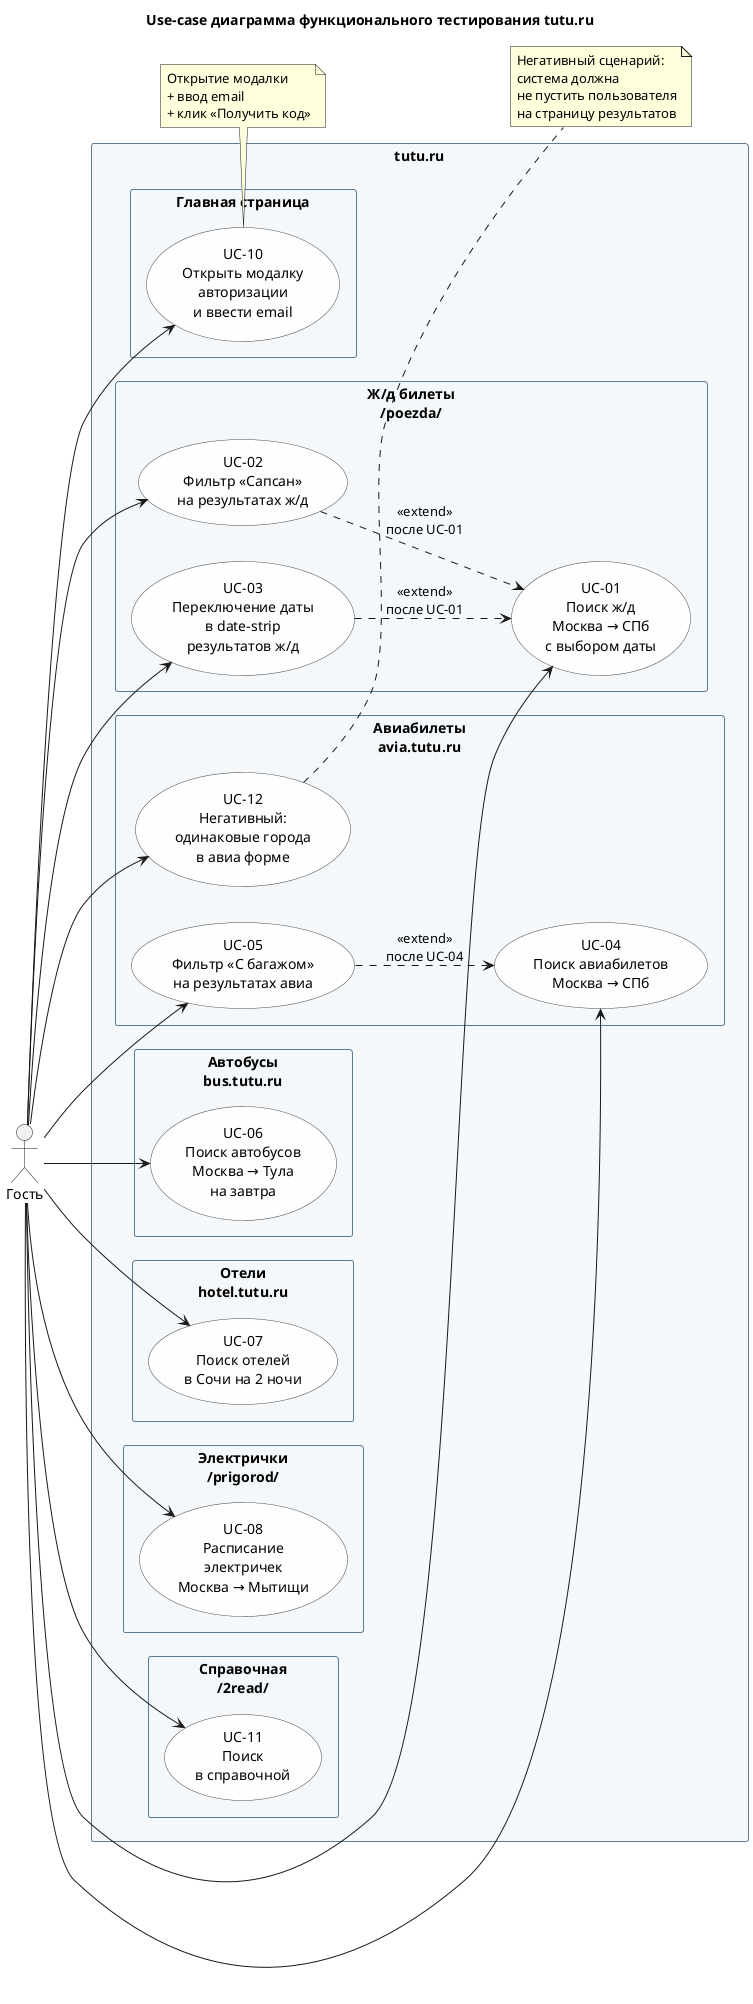
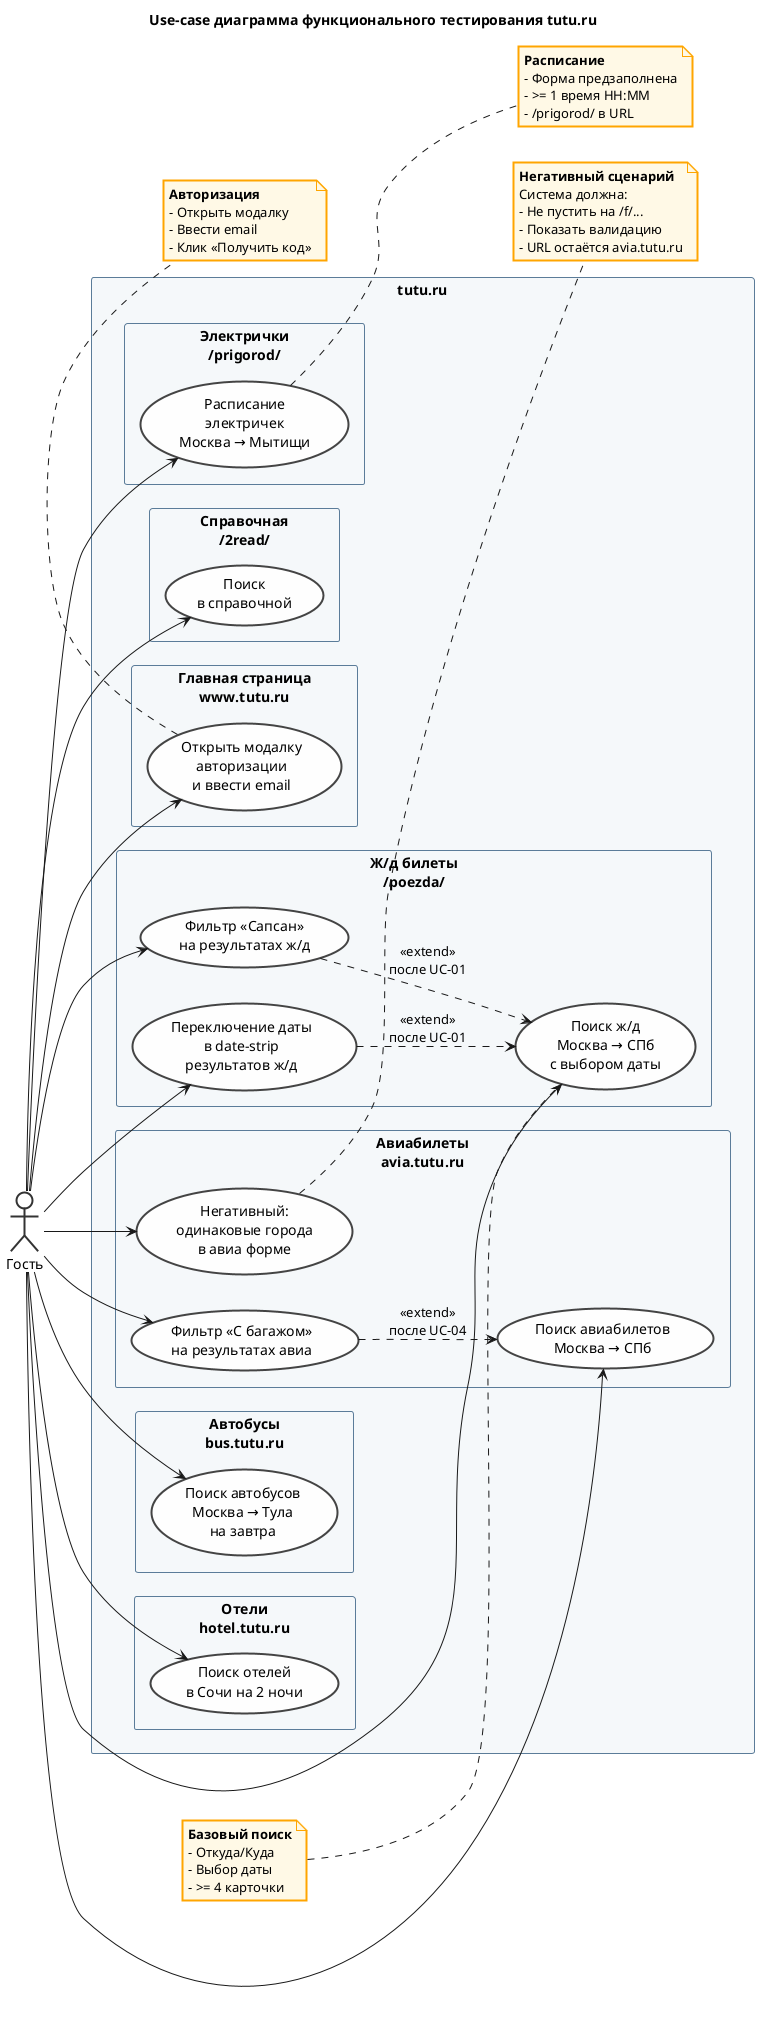
- @startuml tutu_use_cases
+ @startuml
left to right direction
skinparam packageStyle rectangle
skinparam shadowing false
skinparam usecase {
  BackgroundColor #FEFEFE
  BorderColor #444444
+   BorderThickness 2
}
skinparam package {
  BackgroundColor #F5F8FA
  BorderColor #5B7C99
+   BorderThickness 2
+ }
+ skinparam actor {
+   BackgroundColor #FFFFFF
+   BorderColor #333333
+   BorderThickness 2
+ }
+ skinparam note {
+   BackgroundColor #FFF9E6
+   BorderColor #FFA500
+   BorderThickness 2
}

title Use-case диаграмма функционального тестирования tutu.ru

actor "Гость" as Guest

rectangle "tutu.ru" {

-   package "Главная страница" {
-     usecase "UC-10\nОткрыть модалку\nавторизации\nи ввести email" as UC10
+   package "Главная страница\nwww.tutu.ru" {
+     usecase "Открыть модалку\nавторизации\nи ввести email" as UC10
  }

  package "Ж/д билеты\n/poezda/" {
-     usecase "UC-01\nПоиск ж/д\nМосква → СПб\nс выбором даты" as UC01
-     usecase "UC-02\nФильтр «Сапсан»\nна результатах ж/д" as UC02
-     usecase "UC-03\nПереключение даты\nв date-strip\nрезультатов ж/д" as UC03
+     usecase "Поиск ж/д\nМосква → СПб\nс выбором даты" as UC01
+     usecase "Фильтр «Сапсан»\nна результатах ж/д" as UC02
+     usecase "Переключение даты\nв date-strip\nрезультатов ж/д" as UC03
  }

  package "Авиабилеты\navia.tutu.ru" {
-     usecase "UC-04\nПоиск авиабилетов\nМосква → СПб" as UC04
-     usecase "UC-05\nФильтр «С багажом»\nна результатах авиа" as UC05
-     usecase "UC-12\nНегативный:\nодинаковые города\nв авиа форме" as UC12
+     usecase "Поиск авиабилетов\nМосква → СПб" as UC04
+     usecase "Фильтр «С багажом»\nна результатах авиа" as UC05
+     usecase "Негативный:\nодинаковые города\nв авиа форме" as UC12
  }

  package "Автобусы\nbus.tutu.ru" {
-     usecase "UC-06\nПоиск автобусов\nМосква → Тула\nна завтра" as UC06
+     usecase "Поиск автобусов\nМосква → Тула\nна завтра" as UC06
  }

  package "Отели\nhotel.tutu.ru" {
-     usecase "UC-07\nПоиск отелей\nв Сочи на 2 ночи" as UC07
+     usecase "Поиск отелей\nв Сочи на 2 ночи" as UC07
  }

  package "Электрички\n/prigorod/" {
-     usecase "UC-08\nРасписание\nэлектричек\nМосква → Мытищи" as UC08
+     usecase "Расписание\nэлектричек\nМосква → Мытищи" as UC08
  }

  package "Справочная\n/2read/" {
-     usecase "UC-11\nПоиск\nв справочной" as UC11
+     usecase "Поиск\nв справочной" as UC11
  }
}

Guest --> UC01
Guest --> UC02
Guest --> UC03
Guest --> UC04
Guest --> UC05
Guest --> UC06
Guest --> UC07
Guest --> UC08
Guest --> UC10
Guest --> UC11
Guest --> UC12

UC02 ..> UC01 : <<extend>>\nпосле UC-01
UC03 ..> UC01 : <<extend>>\nпосле UC-01
UC05 ..> UC04 : <<extend>>\nпосле UC-04

note right of UC12
-   Негативный сценарий:
-   система должна
-   не пустить пользователя
-   на страницу результатов
+   <b>Негативный сценарий</b>
+   Система должна:
+   - Не пустить на /f/...
+   - Показать валидацию
+   - URL остаётся avia.tutu.ru
end note

note bottom of UC10
-   Открытие модалки
-   + ввод email
-   + клик «Получить код»
+   <b>Авторизация</b>
+   - Открыть модалку
+   - Ввести email
+   - Клик «Получить код»
end note

- @enduml
+ note left of UC01
+   <b>Базовый поиск</b>
+   - Откуда/Куда
+   - Выбор даты
+   - >= 4 карточки
+ end note
+ 
+ note right of UC08
+   <b>Расписание</b>
+   - Форма предзаполнена
+   - >= 1 время HH:MM
+   - /prigorod/ в URL
+ end note
+ @enduml